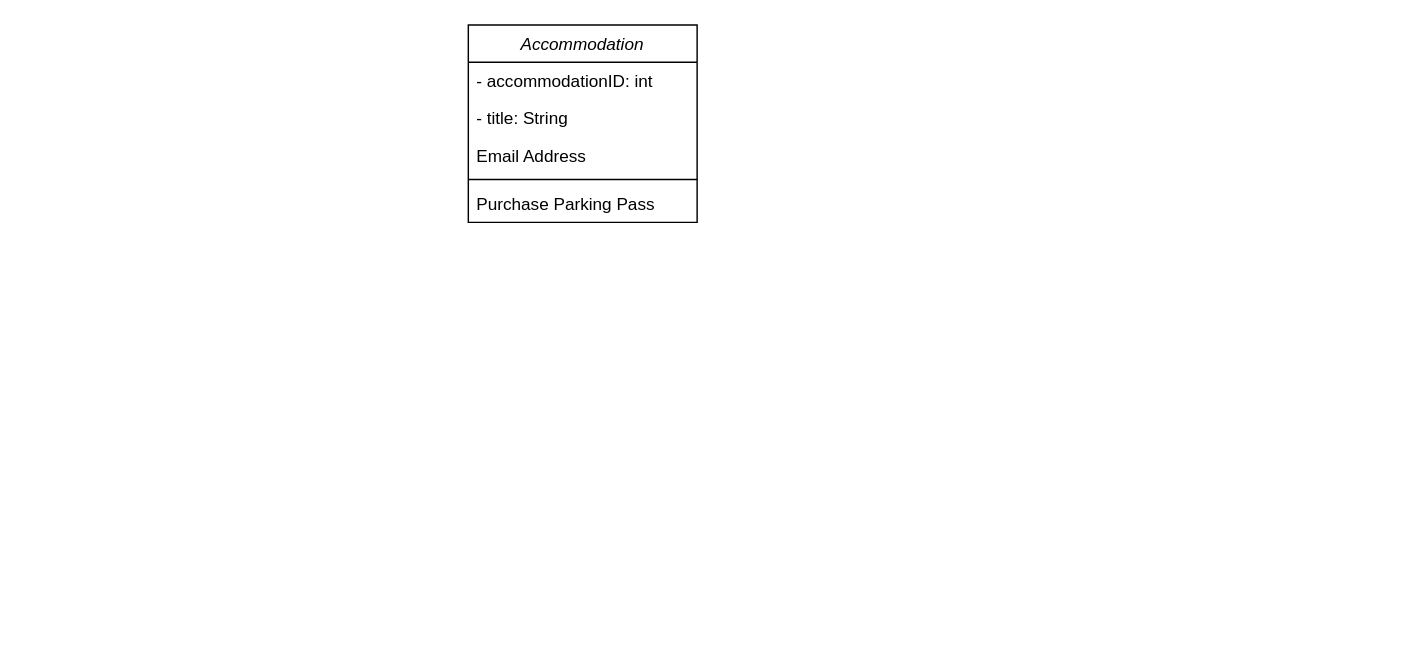
The draw.io diagram Class Diagram.drawio in lukepring/Accommodation-Booking-System-SD3, before the edit. Source tidied: cells renumbered, new cells numbered last; positions are measured from the earlier drawing's top-left corner, leaving out a move shared by most shapes. Both pictures are drawn from the tidied source at 143%, with x=0, y=0 at pixel (468, 24).
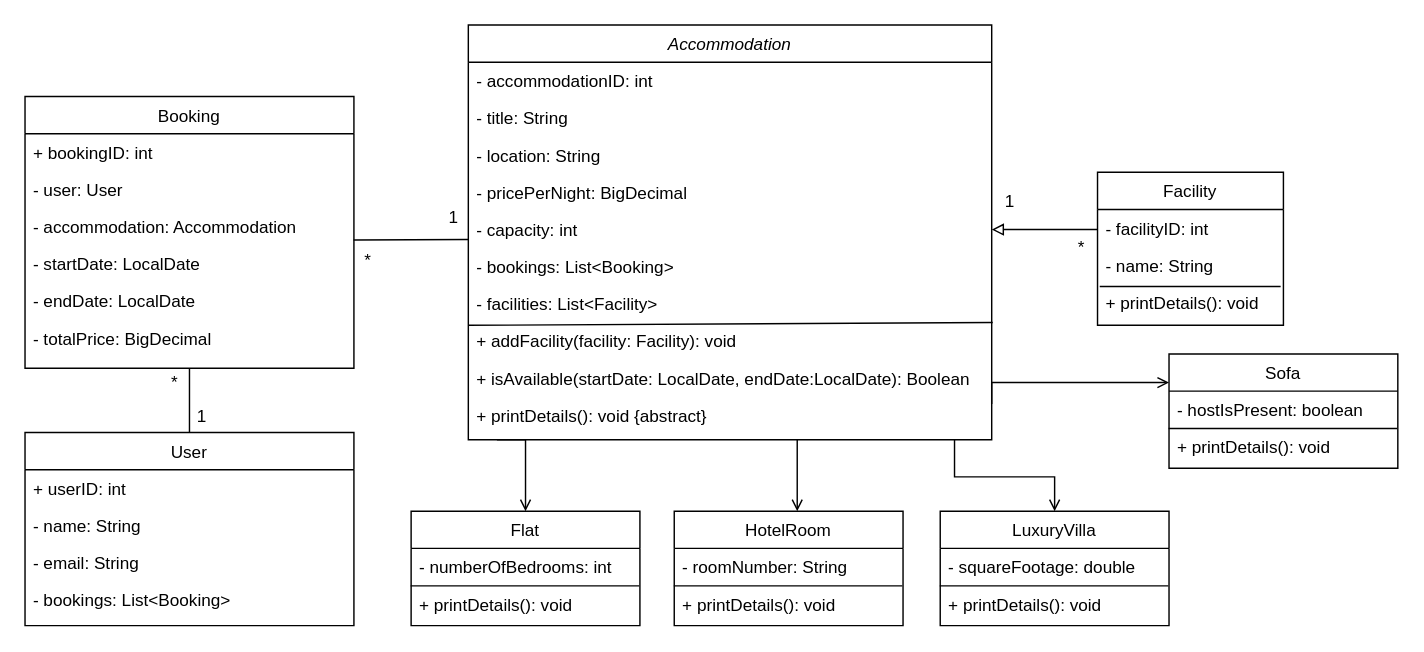
Above is the later version.

Diff of the diagram source:
```diff
@@
+    <mxCell id="8" style="edgeStyle=orthogonalEdgeStyle;rounded=0;jettySize=auto;html=1;entryX=0.5;entryY=0;entryDx=0;entryDy=0;endArrow=open;endFill=0;" parent="1" edge="1" target="17">
+      <mxGeometry relative="1" as="geometry">
+        <mxPoint x="20" y="290" as="sourcePoint" />
+        <Array as="points">
+          <mxPoint x="40" y="290" />
+        </Array>
+      </mxGeometry>
+    </mxCell>
     <mxCell id="2" value="Accommodation" style="swimlane;fontStyle=2;align=center;verticalAlign=top;horizontal=1;startSize=26;rounded=0;shadow=0;strokeWidth=1;" parent="1" vertex="1">
-      <mxGeometry width="160" height="138" as="geometry" />
+      <mxGeometry width="366" height="290" as="geometry" />
     </mxCell>
     <mxCell id="3" value="- accommodationID: int" style="text;align=left;verticalAlign=top;spacingLeft=4;spacingRight=4;overflow=hidden;" parent="2" vertex="1">
-      <mxGeometry y="26" width="160" height="26" as="geometry" />
+      <mxGeometry y="26" width="366" height="26" as="geometry" />
     </mxCell>
     <mxCell id="4" value="- title: String" style="text;align=left;verticalAlign=top;spacingLeft=4;spacingRight=4;overflow=hidden;rounded=0;shadow=0;html=0;" parent="2" vertex="1">
-      <mxGeometry y="52" width="160" height="26" as="geometry" />
+      <mxGeometry y="52" width="366" height="26" as="geometry" />
     </mxCell>
-    <mxCell id="5" value="Email Address" style="text;align=left;verticalAlign=top;spacingLeft=4;spacingRight=4;overflow=hidden;rounded=0;shadow=0;html=0;" parent="2" vertex="1">
-      <mxGeometry y="78" width="160" height="26" as="geometry" />
+    <mxCell id="5" value="- location: String&#10;" style="text;align=left;verticalAlign=top;spacingLeft=4;spacingRight=4;overflow=hidden;rounded=0;shadow=0;html=0;" parent="2" vertex="1">
+      <mxGeometry y="78" width="366" height="26" as="geometry" />
     </mxCell>
-    <mxCell id="6" style="line;html=1;strokeWidth=1;align=left;verticalAlign=middle;spacingTop=-1;spacingLeft=3;spacingRight=3;labelPosition=right;" parent="2" vertex="1">
-      <mxGeometry y="104" width="160" height="8" as="geometry" />
-    </mxCell>
-    <mxCell id="7" value="Purchase Parking Pass" style="text;align=left;verticalAlign=top;spacingLeft=4;spacingRight=4;overflow=hidden;" parent="2" vertex="1">
-      <mxGeometry y="112" width="160" height="26" as="geometry" />
-    </mxCell>
+    <mxCell id="9" value="- pricePerNight: BigDecimal&#10;" style="text;align=left;verticalAlign=top;spacingLeft=4;spacingRight=4;overflow=hidden;rounded=0;shadow=0;html=0;" parent="2" vertex="1">
+      <mxGeometry y="104" width="366" height="26" as="geometry" />
+    </mxCell>
+    <mxCell id="10" value="- capacity: int&#10;" style="text;align=left;verticalAlign=top;spacingLeft=4;spacingRight=4;overflow=hidden;points=[[0,0.5],[1,0.5]];portConstraint=eastwest;rounded=0;shadow=0;html=0;" parent="2" vertex="1">
+      <mxGeometry y="130" width="366" height="26" as="geometry" />
+    </mxCell>
+    <mxCell id="11" style="endArrow=none;html=1;rounded=0;entryX=1.002;entryY=0.003;entryDx=0;entryDy=0;entryPerimeter=0;" parent="2" edge="1" target="14">
+      <mxGeometry relative="1" as="geometry">
+        <mxPoint y="210" as="sourcePoint" />
+      </mxGeometry>
+    </mxCell>
+    <mxCell id="12" value="- bookings: List&lt;Booking&gt;&#10;" style="text;align=left;verticalAlign=top;spacingLeft=4;spacingRight=4;overflow=hidden;rounded=0;shadow=0;html=0;" parent="2" vertex="1">
+      <mxGeometry y="156" width="366" height="26" as="geometry" />
+    </mxCell>
+    <mxCell id="13" value="- facilities: List&lt;Facility&gt;&#10;" style="text;align=left;verticalAlign=top;spacingLeft=4;spacingRight=4;overflow=hidden;rounded=0;shadow=0;html=0;" parent="2" vertex="1">
+      <mxGeometry y="182" width="366" height="26" as="geometry" />
+    </mxCell>
+    <mxCell id="14" value="+ addFacility(facility: Facility): void " style="text;align=left;verticalAlign=top;spacingLeft=4;spacingRight=4;overflow=hidden;points=[[0,0.5],[1,0.5]];portConstraint=eastwest;rounded=0;shadow=0;html=0;" parent="2" vertex="1">
+      <mxGeometry y="208" width="366" height="26" as="geometry" />
+    </mxCell>
+    <mxCell id="15" value="+ isAvailable(startDate: LocalDate, endDate:LocalDate): Boolean" style="text;align=left;verticalAlign=top;spacingLeft=4;spacingRight=4;overflow=hidden;rounded=0;shadow=0;html=0;" parent="2" vertex="1">
+      <mxGeometry y="234" width="366" height="26" as="geometry" />
+    </mxCell>
+    <mxCell id="16" value="+ printDetails(): void {abstract}" style="text;align=left;verticalAlign=top;spacingLeft=4;spacingRight=4;overflow=hidden;rounded=0;shadow=0;html=0;" parent="2" vertex="1">
+      <mxGeometry y="260" width="366" height="26" as="geometry" />
+    </mxCell>
+    <mxCell id="17" value="Flat" style="swimlane;fontStyle=0;align=center;verticalAlign=top;horizontal=1;startSize=26;rounded=0;shadow=0;strokeWidth=1;" parent="1" vertex="1">
+      <mxGeometry x="-40" y="340" width="160" height="80" as="geometry" />
+    </mxCell>
+    <mxCell id="18" value="- numberOfBedrooms: int" style="text;align=left;verticalAlign=top;spacingLeft=4;spacingRight=4;overflow=hidden;points=[[0,0.5],[1,0.5]];portConstraint=eastwest;" parent="17" vertex="1">
+      <mxGeometry y="26" width="160" height="26" as="geometry" />
+    </mxCell>
+    <mxCell id="19" value="+ printDetails(): void" style="text;align=left;verticalAlign=top;spacingLeft=4;spacingRight=4;overflow=hidden;points=[[0,0.5],[1,0.5]];portConstraint=eastwest;" parent="17" vertex="1">
+      <mxGeometry y="52" width="160" height="26" as="geometry" />
+    </mxCell>
+    <mxCell id="20" style="endArrow=none;html=1;rounded=0;exitX=-0.002;exitY=1.008;exitDx=0;exitDy=0;exitPerimeter=0;entryX=0.997;entryY=0.008;entryDx=0;entryDy=0;entryPerimeter=0;" parent="17" edge="1" source="18" target="19">
+      <mxGeometry relative="1" as="geometry" />
+    </mxCell>
+    <mxCell id="21" style="edgeStyle=orthogonalEdgeStyle;rounded=0;jettySize=auto;html=1;entryX=1;entryY=0.5;entryDx=0;entryDy=0;endArrow=block;endFill=0;" parent="1" edge="1" source="22" target="10">
+      <mxGeometry relative="1" as="geometry">
+        <Array as="points">
+          <mxPoint x="420" y="143" />
+          <mxPoint x="420" y="143" />
+        </Array>
+      </mxGeometry>
+    </mxCell>
+    <mxCell id="22" value="Facility" style="swimlane;fontStyle=0;align=center;verticalAlign=top;horizontal=1;startSize=26;rounded=0;shadow=0;strokeWidth=1;" parent="1" vertex="1">
+      <mxGeometry x="440" y="103" width="130" height="107" as="geometry" />
+    </mxCell>
+    <mxCell id="23" value="- facilityID: int" style="text;align=left;verticalAlign=top;spacingLeft=4;spacingRight=4;overflow=hidden;" parent="22" vertex="1">
+      <mxGeometry y="26" width="130" height="26" as="geometry" />
+    </mxCell>
+    <mxCell id="24" value="- name: String" style="text;align=left;verticalAlign=top;spacingLeft=4;spacingRight=4;overflow=hidden;points=[[0,0.5],[1,0.5]];portConstraint=eastwest;rounded=0;shadow=0;html=0;" parent="22" vertex="1">
+      <mxGeometry y="52" width="130" height="26" as="geometry" />
+    </mxCell>
+    <mxCell id="25" value="+ printDetails(): void" style="text;align=left;verticalAlign=top;spacingLeft=4;spacingRight=4;overflow=hidden;points=[[0,0.5],[1,0.5]];portConstraint=eastwest;rounded=0;shadow=0;html=0;" parent="22" vertex="1">
+      <mxGeometry y="78" width="130" height="26" as="geometry" />
+    </mxCell>
+    <mxCell id="26" style="endArrow=none;html=1;rounded=0;exitX=0.012;exitY=0.073;exitDx=0;exitDy=0;exitPerimeter=0;entryX=0.985;entryY=1.073;entryDx=0;entryDy=0;entryPerimeter=0;" parent="22" edge="1" source="25" target="24">
+      <mxGeometry relative="1" as="geometry" />
+    </mxCell>
+    <mxCell id="27" value="1" style="text;html=1;whiteSpace=wrap;strokeColor=none;fillColor=none;align=center;verticalAlign=middle;rounded=0;" parent="1" vertex="1">
+      <mxGeometry x="349" y="109" width="60" height="30" as="geometry" />
+    </mxCell>
+    <mxCell id="28" value="*" style="text;html=1;whiteSpace=wrap;strokeColor=none;fillColor=none;align=center;verticalAlign=middle;rounded=0;" parent="1" vertex="1">
+      <mxGeometry x="399" y="140.5" width="60" height="30" as="geometry" />
+    </mxCell>
+    <mxCell id="29" value="HotelRoom" style="swimlane;fontStyle=0;align=center;verticalAlign=top;horizontal=1;startSize=26;rounded=0;shadow=0;strokeWidth=1;" parent="1" vertex="1">
+      <mxGeometry x="144" y="340" width="160" height="80" as="geometry" />
+    </mxCell>
+    <mxCell id="30" value="- roomNumber: String" style="text;align=left;verticalAlign=top;spacingLeft=4;spacingRight=4;overflow=hidden;points=[[0,0.5],[1,0.5]];portConstraint=eastwest;" parent="29" vertex="1">
+      <mxGeometry y="26" width="160" height="26" as="geometry" />
+    </mxCell>
+    <mxCell id="31" value="+ printDetails(): void" style="text;align=left;verticalAlign=top;spacingLeft=4;spacingRight=4;overflow=hidden;points=[[0,0.5],[1,0.5]];portConstraint=eastwest;" parent="29" vertex="1">
+      <mxGeometry y="52" width="160" height="26" as="geometry" />
+    </mxCell>
+    <mxCell id="32" style="endArrow=none;html=1;rounded=0;exitX=-0.002;exitY=1.008;exitDx=0;exitDy=0;exitPerimeter=0;entryX=0.997;entryY=0.008;entryDx=0;entryDy=0;entryPerimeter=0;" parent="29" edge="1" source="30" target="31">
+      <mxGeometry relative="1" as="geometry" />
+    </mxCell>
+    <mxCell id="33" style="edgeStyle=orthogonalEdgeStyle;rounded=0;orthogonalLoop=1;jettySize=auto;html=1;entryX=0.5;entryY=0;entryDx=0;entryDy=0;endArrow=open;endFill=0;" parent="1" edge="1">
+      <mxGeometry relative="1" as="geometry">
+        <mxPoint x="230" y="290" as="sourcePoint" />
+        <mxPoint x="230" y="340" as="targetPoint" />
+      </mxGeometry>
+    </mxCell>
+    <mxCell id="34" value="LuxuryVilla" style="swimlane;fontStyle=0;align=center;verticalAlign=top;horizontal=1;startSize=26;rounded=0;shadow=0;strokeWidth=1;" parent="1" vertex="1">
+      <mxGeometry x="330" y="340" width="160" height="80" as="geometry" />
+    </mxCell>
+    <mxCell id="35" value="- squareFootage: double" style="text;align=left;verticalAlign=top;spacingLeft=4;spacingRight=4;overflow=hidden;points=[[0,0.5],[1,0.5]];portConstraint=eastwest;" parent="34" vertex="1">
+      <mxGeometry y="26" width="160" height="26" as="geometry" />
+    </mxCell>
+    <mxCell id="36" value="+ printDetails(): void" style="text;align=left;verticalAlign=top;spacingLeft=4;spacingRight=4;overflow=hidden;points=[[0,0.5],[1,0.5]];portConstraint=eastwest;" parent="34" vertex="1">
+      <mxGeometry y="52" width="160" height="26" as="geometry" />
+    </mxCell>
+    <mxCell id="37" style="endArrow=none;html=1;rounded=0;exitX=-0.002;exitY=1.008;exitDx=0;exitDy=0;exitPerimeter=0;entryX=0.997;entryY=0.008;entryDx=0;entryDy=0;entryPerimeter=0;" parent="34" edge="1" source="35" target="36">
+      <mxGeometry relative="1" as="geometry" />
+    </mxCell>
+    <mxCell id="38" style="edgeStyle=orthogonalEdgeStyle;rounded=0;jettySize=auto;html=1;entryX=0.5;entryY=0;entryDx=0;entryDy=0;endArrow=open;endFill=0;" parent="1" edge="1" target="34">
+      <mxGeometry relative="1" as="geometry">
+        <mxPoint x="340" y="290" as="sourcePoint" />
+        <Array as="points">
+          <mxPoint x="340" y="316" />
+          <mxPoint x="410" y="316" />
+        </Array>
+      </mxGeometry>
+    </mxCell>
+    <mxCell id="39" value="Sofa" style="swimlane;fontStyle=0;align=center;verticalAlign=top;horizontal=1;startSize=26;rounded=0;shadow=0;strokeWidth=1;" parent="1" vertex="1">
+      <mxGeometry x="490" y="230" width="160" height="80" as="geometry" />
+    </mxCell>
+    <mxCell id="40" value="- hostIsPresent: boolean" style="text;align=left;verticalAlign=top;spacingLeft=4;spacingRight=4;overflow=hidden;points=[[0,0.5],[1,0.5]];portConstraint=eastwest;" parent="39" vertex="1">
+      <mxGeometry y="26" width="160" height="26" as="geometry" />
+    </mxCell>
+    <mxCell id="41" value="+ printDetails(): void" style="text;align=left;verticalAlign=top;spacingLeft=4;spacingRight=4;overflow=hidden;points=[[0,0.5],[1,0.5]];portConstraint=eastwest;" parent="39" vertex="1">
+      <mxGeometry y="52" width="160" height="26" as="geometry" />
+    </mxCell>
+    <mxCell id="42" style="endArrow=none;html=1;rounded=0;exitX=-0.002;exitY=1.008;exitDx=0;exitDy=0;exitPerimeter=0;entryX=0.997;entryY=0.008;entryDx=0;entryDy=0;entryPerimeter=0;" parent="39" edge="1" source="40" target="41">
+      <mxGeometry relative="1" as="geometry" />
+    </mxCell>
+    <mxCell id="43" value="Booking" style="swimlane;fontStyle=0;align=center;verticalAlign=top;horizontal=1;startSize=26;rounded=0;shadow=0;strokeWidth=1;" parent="1" vertex="1">
+      <mxGeometry x="-310" y="50" width="230" height="190" as="geometry" />
+    </mxCell>
+    <mxCell id="44" value="+ bookingID: int" style="text;align=left;verticalAlign=top;spacingLeft=4;spacingRight=4;overflow=hidden;" parent="43" vertex="1">
+      <mxGeometry y="26" width="230" height="26" as="geometry" />
+    </mxCell>
+    <mxCell id="45" value="- user: User" style="text;align=left;verticalAlign=top;spacingLeft=4;spacingRight=4;overflow=hidden;rounded=0;shadow=0;html=0;" parent="43" vertex="1">
+      <mxGeometry y="52" width="230" height="26" as="geometry" />
+    </mxCell>
+    <mxCell id="46" value="- accommodation: Accommodation &#10;" style="text;align=left;verticalAlign=top;spacingLeft=4;spacingRight=4;overflow=hidden;points=[[0,0.5],[1,0.5]];portConstraint=eastwest;rounded=0;shadow=0;html=0;" parent="43" vertex="1">
+      <mxGeometry y="78" width="230" height="26" as="geometry" />
+    </mxCell>
+    <mxCell id="47" value="- startDate: LocalDate&#10;" style="text;align=left;verticalAlign=top;spacingLeft=4;spacingRight=4;overflow=hidden;rounded=0;shadow=0;html=0;" parent="43" vertex="1">
+      <mxGeometry y="104" width="230" height="26" as="geometry" />
+    </mxCell>
+    <mxCell id="48" value="- endDate: LocalDate&#10;" style="text;align=left;verticalAlign=top;spacingLeft=4;spacingRight=4;overflow=hidden;rounded=0;shadow=0;html=0;" parent="43" vertex="1">
+      <mxGeometry y="130" width="230" height="26" as="geometry" />
+    </mxCell>
+    <mxCell id="49" value="- totalPrice: BigDecimal" style="text;align=left;verticalAlign=top;spacingLeft=4;spacingRight=4;overflow=hidden;rounded=0;shadow=0;html=0;" parent="43" vertex="1">
+      <mxGeometry y="156" width="230" height="26" as="geometry" />
+    </mxCell>
+    <mxCell id="50" style="endArrow=none;html=1;rounded=0;exitX=0.999;exitY=0.857;exitDx=0;exitDy=0;exitPerimeter=0;entryX=0;entryY=0.769;entryDx=0;entryDy=0;entryPerimeter=0;" parent="1" edge="1" source="46" target="10">
+      <mxGeometry relative="1" as="geometry" />
+    </mxCell>
+    <mxCell id="51" value="1" style="text;html=1;whiteSpace=wrap;strokeColor=none;fillColor=none;align=center;verticalAlign=middle;rounded=0;" parent="1" vertex="1">
+      <mxGeometry x="-20" y="120" width="20" height="30" as="geometry" />
+    </mxCell>
+    <mxCell id="52" value="*" style="text;html=1;whiteSpace=wrap;strokeColor=none;fillColor=none;align=center;verticalAlign=middle;rounded=0;" parent="1" vertex="1">
+      <mxGeometry x="-80" y="150" width="20" height="30" as="geometry" />
+    </mxCell>
+    <mxCell id="53" value="User" style="swimlane;fontStyle=0;align=center;verticalAlign=top;horizontal=1;startSize=26;rounded=0;shadow=0;strokeWidth=1;" parent="1" vertex="1">
+      <mxGeometry x="-310" y="285" width="230" height="135" as="geometry" />
+    </mxCell>
+    <mxCell id="54" value="+ userID: int" style="text;align=left;verticalAlign=top;spacingLeft=4;spacingRight=4;overflow=hidden;" parent="53" vertex="1">
+      <mxGeometry y="26" width="230" height="26" as="geometry" />
+    </mxCell>
+    <mxCell id="55" value="- name: String" style="text;align=left;verticalAlign=top;spacingLeft=4;spacingRight=4;overflow=hidden;rounded=0;shadow=0;html=0;" parent="53" vertex="1">
+      <mxGeometry y="52" width="230" height="26" as="geometry" />
+    </mxCell>
+    <mxCell id="56" value="- email: String &#10;" style="text;align=left;verticalAlign=top;spacingLeft=4;spacingRight=4;overflow=hidden;rounded=0;shadow=0;html=0;" parent="53" vertex="1">
+      <mxGeometry y="78" width="230" height="26" as="geometry" />
+    </mxCell>
+    <mxCell id="57" value="- bookings: List&lt;Booking&gt;&#10;" style="text;align=left;verticalAlign=top;spacingLeft=4;spacingRight=4;overflow=hidden;rounded=0;shadow=0;html=0;" parent="53" vertex="1">
+      <mxGeometry y="104" width="230" height="26" as="geometry" />
+    </mxCell>
+    <mxCell id="58" style="endArrow=none;html=1;rounded=0;exitX=0.5;exitY=0;exitDx=0;exitDy=0;entryX=0.5;entryY=1;entryDx=0;entryDy=0;" parent="1" edge="1" source="53" target="43">
+      <mxGeometry relative="1" as="geometry" />
+    </mxCell>
+    <mxCell id="59" value="1" style="text;html=1;whiteSpace=wrap;strokeColor=none;fillColor=none;align=center;verticalAlign=middle;rounded=0;" parent="1" vertex="1">
+      <mxGeometry x="-196" y="259" width="20" height="30" as="geometry" />
+    </mxCell>
+    <mxCell id="60" value="*" style="text;html=1;whiteSpace=wrap;strokeColor=none;fillColor=none;align=center;verticalAlign=middle;rounded=0;" parent="1" vertex="1">
+      <mxGeometry x="-215" y="235" width="20" height="30" as="geometry" />
+    </mxCell>
+    <mxCell id="61" style="edgeStyle=orthogonalEdgeStyle;rounded=0;jettySize=auto;html=1;entryX=0;entryY=0.25;entryDx=0;entryDy=0;endArrow=open;endFill=0;" parent="1" edge="1" target="39">
+      <mxGeometry relative="1" as="geometry">
+        <mxPoint x="366" y="265" as="sourcePoint" />
+        <Array as="points">
+          <mxPoint x="366" y="250" />
+        </Array>
+      </mxGeometry>
+    </mxCell>
```
